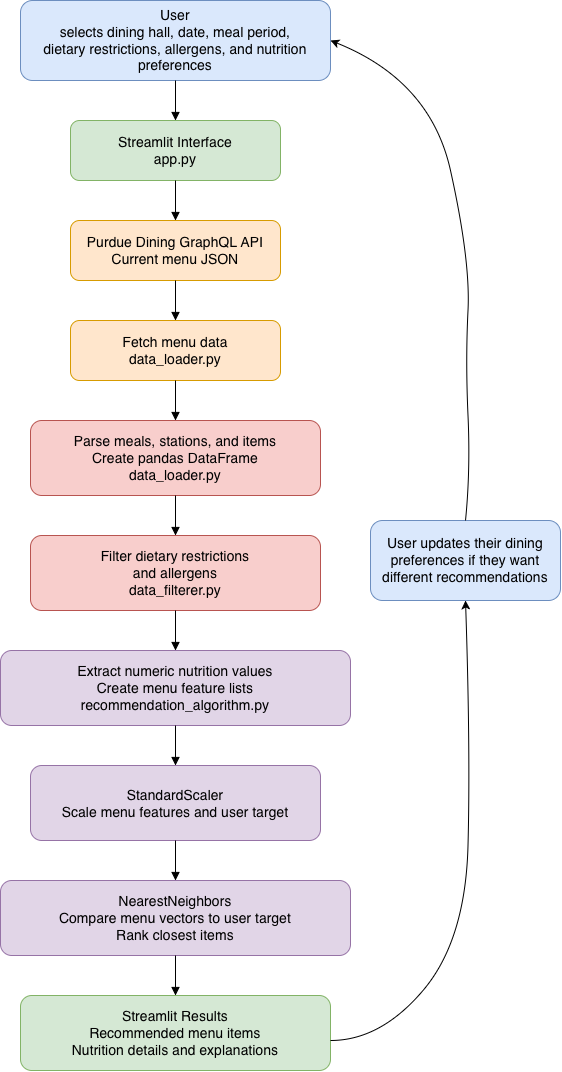
Before: System Diagram.png, a diagram exported from draw.io (VaibhavMohankumar/Purdue-Dining-Recommendation). Source tidied: cells renumbered, new cells last; positions are measured from the earlier drawing's top-left corner, leaving out a move shared by most shapes.
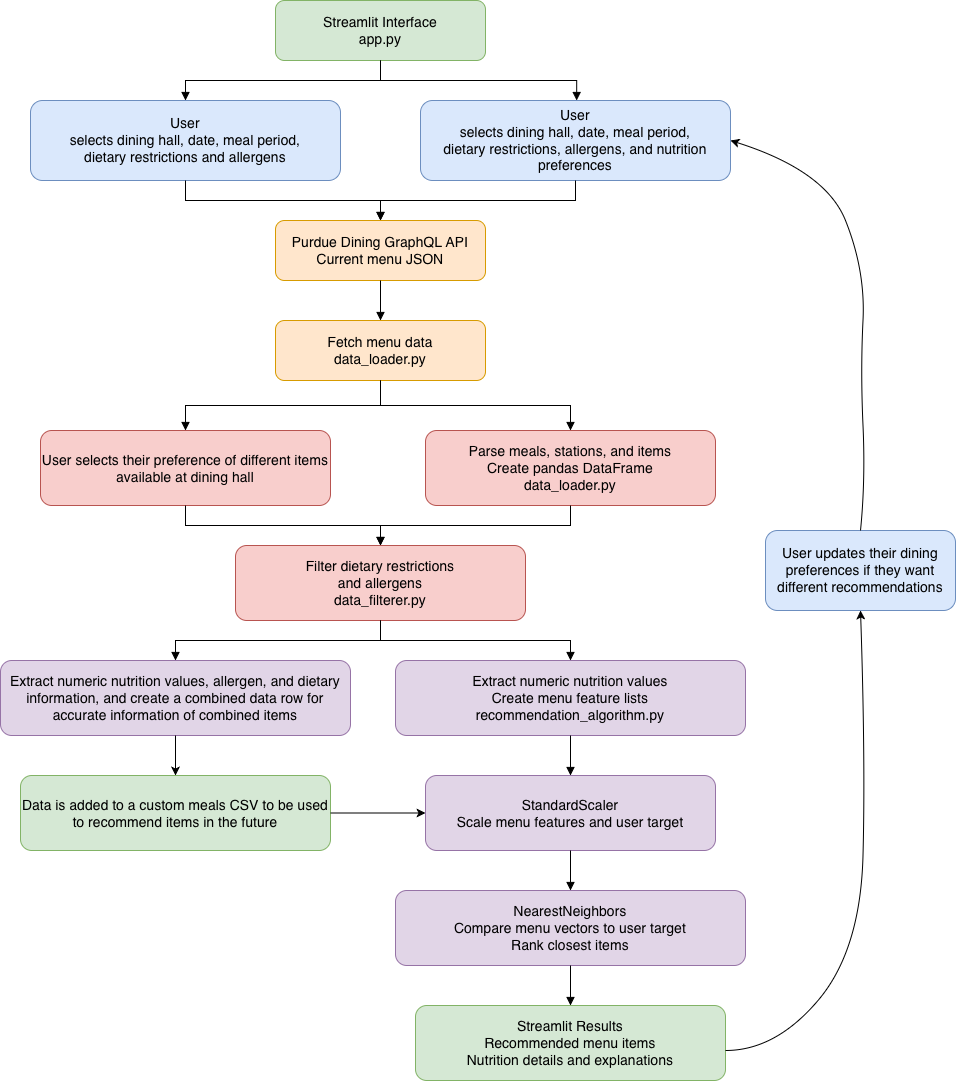
Above is the later version.

Commit message:
update README and system diagram

The edit, as a diff of the source:
```diff
@@ -3,22 +3,22 @@
     <mxCell id="0" />
     <mxCell id="1" parent="0" />
     <mxCell id="2" value="User&#10;selects dining hall, date, meal period,&#10;dietary restrictions, allergens, and nutrition preferences" style="rounded=1;whiteSpace=wrap;html=1;fillColor=#dae8fc;strokeColor=#6c8ebf;fontSize=14;" parent="1" vertex="1">
-      <mxGeometry x="20" width="310" height="80" as="geometry" />
+      <mxGeometry x="25" y="90" width="310" height="80" as="geometry" />
     </mxCell>
     <mxCell id="3" value="Streamlit Interface&#10;app.py" style="rounded=1;whiteSpace=wrap;html=1;fillColor=#d5e8d4;strokeColor=#82b366;fontSize=14;" parent="1" vertex="1">
-      <mxGeometry x="70" y="120" width="210" height="60" as="geometry" />
+      <mxGeometry x="-120" y="-10" width="210" height="60" as="geometry" />
     </mxCell>
     <mxCell id="4" value="Purdue Dining GraphQL API&#10;Current menu JSON" style="rounded=1;whiteSpace=wrap;html=1;fillColor=#ffe6cc;strokeColor=#d79b00;fontSize=14;" parent="1" vertex="1">
-      <mxGeometry x="70" y="220" width="210" height="60" as="geometry" />
+      <mxGeometry x="-120" y="210" width="210" height="60" as="geometry" />
     </mxCell>
     <mxCell id="5" value="Fetch menu data&#10;data_loader.py" style="rounded=1;whiteSpace=wrap;html=1;fillColor=#ffe6cc;strokeColor=#d79b00;fontSize=14;" parent="1" vertex="1">
-      <mxGeometry x="70" y="320" width="210" height="60" as="geometry" />
+      <mxGeometry x="-120" y="310" width="210" height="60" as="geometry" />
     </mxCell>
     <mxCell id="6" value="Parse meals, stations, and items&#10;Create pandas DataFrame&#10;data_loader.py" style="rounded=1;whiteSpace=wrap;html=1;fillColor=#f8cecc;strokeColor=#b85450;fontSize=14;" parent="1" vertex="1">
       <mxGeometry x="30" y="420" width="290" height="75" as="geometry" />
     </mxCell>
     <mxCell id="7" value="Filter dietary restrictions&#10;and allergens&#10;data_filterer.py" style="rounded=1;whiteSpace=wrap;html=1;fillColor=#f8cecc;strokeColor=#b85450;fontSize=14;" parent="1" vertex="1">
-      <mxGeometry x="30" y="535" width="290" height="75" as="geometry" />
+      <mxGeometry x="-160" y="535" width="290" height="75" as="geometry" />
     </mxCell>
     <mxCell id="8" value="Extract numeric nutrition values&lt;br&gt;Create menu feature lists&lt;br&gt;recommendation_algorithm.py" style="rounded=1;whiteSpace=wrap;html=1;fillColor=#e1d5e7;strokeColor=#9673a6;fontSize=14;" parent="1" vertex="1">
       <mxGeometry y="650" width="350" height="75" as="geometry" />
@@ -32,12 +32,6 @@
     <mxCell id="11" value="Streamlit Results&#10;Recommended menu items&#10;Nutrition details and explanations" style="rounded=1;whiteSpace=wrap;html=1;fillColor=#d5e8d4;strokeColor=#82b366;fontSize=14;" parent="1" vertex="1">
       <mxGeometry x="20" y="995" width="310" height="75" as="geometry" />
     </mxCell>
-    <mxCell id="12" style="edgeStyle=orthogonalEdgeStyle;rounded=0;jettySize=auto;html=1;endArrow=block;" parent="1" edge="1" source="2" target="3">
-      <mxGeometry relative="1" as="geometry" />
-    </mxCell>
-    <mxCell id="13" style="edgeStyle=orthogonalEdgeStyle;rounded=0;jettySize=auto;html=1;endArrow=block;" parent="1" edge="1" source="3" target="4">
-      <mxGeometry relative="1" as="geometry" />
-    </mxCell>
     <mxCell id="14" style="edgeStyle=orthogonalEdgeStyle;rounded=0;jettySize=auto;html=1;endArrow=block;" parent="1" edge="1" source="4" target="5">
       <mxGeometry relative="1" as="geometry" />
     </mxCell>
@@ -73,14 +67,69 @@
       <mxGeometry x="370" y="520" width="190" height="80" as="geometry" />
     </mxCell>
     <mxCell id="23" style="curved=1;curveGeometry=1;endArrow=classic;html=1;rounded=0;defaultLabelBackgroundColor=page;labelPadding=0 4;entryX=1;entryY=0.5;entryDx=0;entryDy=0;exitX=0.5;exitY=0;exitDx=0;exitDy=0;" parent="1" edge="1" source="22" target="2">
-      <mxGeometry x="-0.26" relative="1" as="geometry">
+      <mxGeometry x="-0.19" relative="1" as="geometry">
         <Array as="points">
           <mxPoint x="470" y="470" />
           <mxPoint x="465" y="360" />
           <mxPoint x="470" y="260" />
-          <mxPoint x="430" y="80" />
+          <mxPoint x="430" y="160" />
         </Array>
       </mxGeometry>
     </mxCell>
+    <mxCell id="24" value="User&lt;br&gt;selects dining hall, date, meal period,&lt;br&gt;dietary restrictions and allergens" style="rounded=1;whiteSpace=wrap;html=1;fillColor=#dae8fc;strokeColor=#6c8ebf;fontSize=14;" parent="1" vertex="1">
+      <mxGeometry x="-365" y="90" width="310" height="80" as="geometry" />
+    </mxCell>
+    <mxCell id="25" style="edgeStyle=orthogonalEdgeStyle;rounded=0;jettySize=auto;html=1;endArrow=block;" parent="1" edge="1" target="4">
+      <mxGeometry relative="1" as="geometry">
+        <mxPoint x="-210" y="170" as="sourcePoint" />
+        <Array as="points">
+          <mxPoint x="-210" y="190" />
+          <mxPoint x="-15" y="190" />
+        </Array>
+      </mxGeometry>
+    </mxCell>
+    <mxCell id="26" style="edgeStyle=orthogonalEdgeStyle;rounded=0;jettySize=auto;html=1;endArrow=block;entryX=0.5;entryY=0;entryDx=0;entryDy=0;" parent="1" edge="1" target="4">
+      <mxGeometry relative="1" as="geometry">
+        <mxPoint x="180" y="170" as="sourcePoint" />
+        <Array as="points">
+          <mxPoint x="180" y="190" />
+          <mxPoint x="-15" y="190" />
+        </Array>
+      </mxGeometry>
+    </mxCell>
+    <mxCell id="27" style="edgeStyle=orthogonalEdgeStyle;rounded=0;jettySize=auto;html=1;endArrow=block;exitX=0.5;exitY=1;exitDx=0;exitDy=0;" parent="1" edge="1" source="3">
+      <mxGeometry x="0.84" relative="1" as="geometry">
+        <mxPoint x="-210" y="90" as="targetPoint" />
+      </mxGeometry>
+    </mxCell>
+    <mxCell id="28" style="edgeStyle=orthogonalEdgeStyle;rounded=0;jettySize=auto;html=1;endArrow=block;exitX=0.5;exitY=1;exitDx=0;exitDy=0;entryX=0.077;entryY=-0.017;entryDx=0;entryDy=0;entryPerimeter=0;" parent="1" edge="1" source="3">
+      <mxGeometry x="0.85" relative="1" as="geometry">
+        <mxPoint x="181.2" y="90" as="targetPoint" />
+      </mxGeometry>
+    </mxCell>
+    <mxCell id="29" value="User selects their preference of different items available at dining hall" style="rounded=1;whiteSpace=wrap;html=1;fillColor=#f8cecc;strokeColor=#b85450;fontSize=14;" parent="1" vertex="1">
+      <mxGeometry x="-355" y="420" width="290" height="75" as="geometry" />
+    </mxCell>
+    <mxCell id="30" style="edgeStyle=orthogonalEdgeStyle;rounded=0;jettySize=auto;html=1;endArrow=block;entryX=0.5;entryY=0;entryDx=0;entryDy=0;exitX=0.5;exitY=1;exitDx=0;exitDy=0;" parent="1" edge="1" source="5" target="29">
+      <mxGeometry relative="1" as="geometry" />
+    </mxCell>
+    <mxCell id="31" style="edgeStyle=orthogonalEdgeStyle;rounded=0;jettySize=auto;html=1;endArrow=block;entryX=0.5;entryY=0;entryDx=0;entryDy=0;" parent="1" edge="1" source="29" target="7">
+      <mxGeometry x="0.78" relative="1" as="geometry" />
+    </mxCell>
+    <mxCell id="32" value="Extract numeric nutrition values, allergen, and dietary information, and create a combined data row for accurate information of combined items" style="rounded=1;whiteSpace=wrap;html=1;fillColor=#e1d5e7;strokeColor=#9673a6;fontSize=14;" parent="1" vertex="1">
+      <mxGeometry x="-395" y="650" width="350" height="75" as="geometry" />
+    </mxCell>
+    <mxCell id="33" style="edgeStyle=orthogonalEdgeStyle;rounded=0;jettySize=auto;html=1;endArrow=block;exitX=0.5;exitY=1;exitDx=0;exitDy=0;" parent="1" edge="1" source="7" target="32">
+      <mxGeometry relative="1" as="geometry" />
+    </mxCell>
+    <mxCell id="34" value="Data is added to a custom meals CSV to be used to recommend items in the future" style="rounded=1;whiteSpace=wrap;html=1;fillColor=#d5e8d4;strokeColor=#82b366;fontSize=14;" parent="1" vertex="1">
+      <mxGeometry x="-375" y="765" width="310" height="75" as="geometry" />
+    </mxCell>
+    <mxCell id="35" style="endArrow=classic;html=1;rounded=0;defaultLabelBackgroundColor=page;labelPadding=0 4;exitX=0.5;exitY=1;exitDx=0;exitDy=0;" parent="1" edge="1" source="32" target="34">
+      <mxGeometry relative="1" as="geometry" />
+    </mxCell>
+    <mxCell id="36" style="endArrow=classic;html=1;rounded=0;defaultLabelBackgroundColor=page;labelPadding=0 4;exitX=1;exitY=0.5;exitDx=0;exitDy=0;entryX=0;entryY=0.5;entryDx=0;entryDy=0;" parent="1" edge="1" source="34" target="9">
+      <mxGeometry relative="1" as="geometry" />
+    </mxCell>
   </root>
 </mxGraphModel>
```
